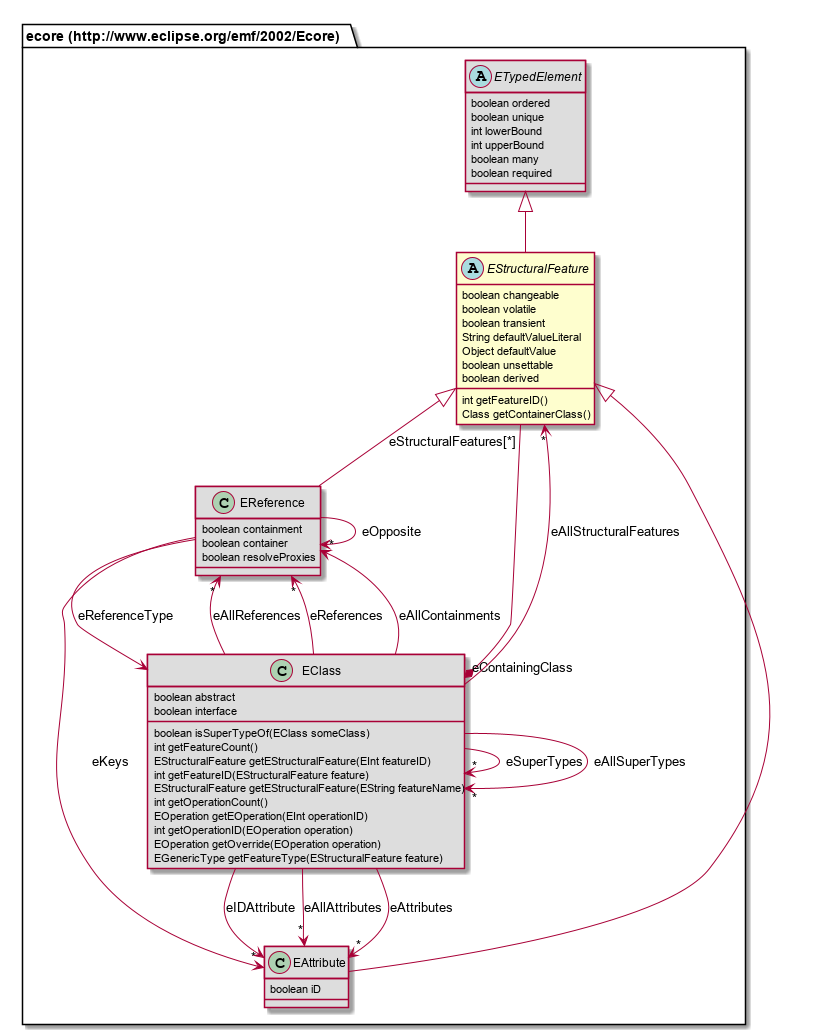
Above: repository/src/site/resources/model-doc/687474703a2f2f7777772e65636c697073652e6f72672f656d662f323030322f45636f7265/EStructuralFeature.png in Nasdanika/html (PlantUML), before the change.
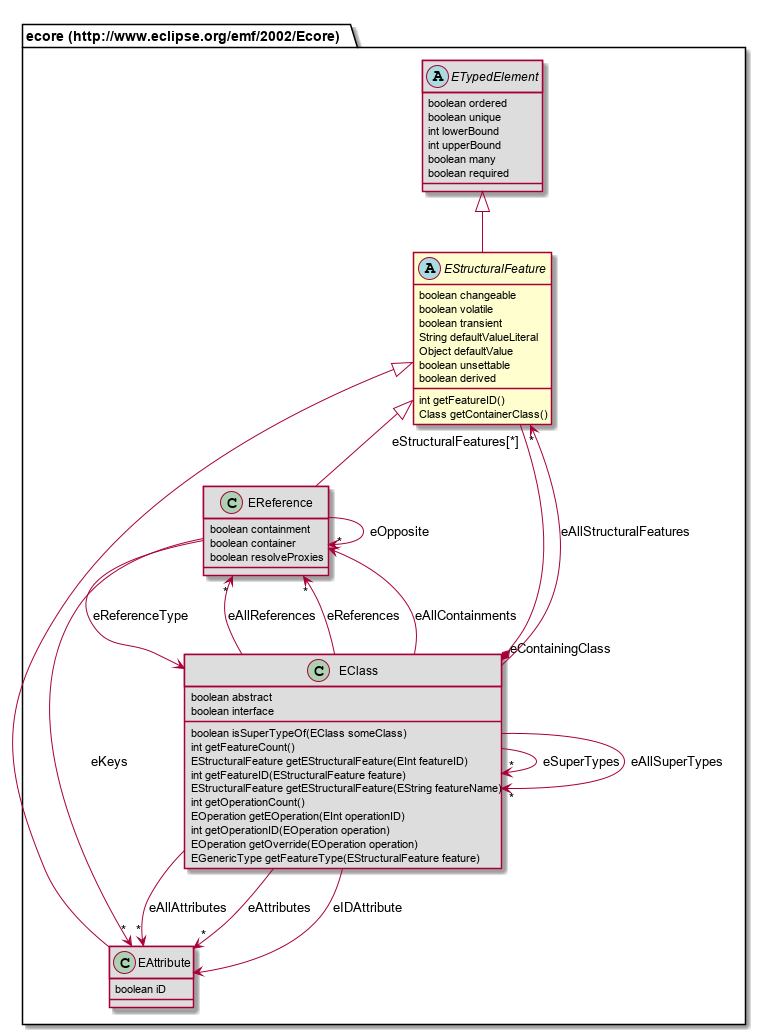
After the change.

Change to the diagram source:
```diff
@@ -18,13 +18,13 @@
 	boolean many
 	boolean required
 }
+class "ecore (http://www.eclipse.org/emf/2002/Ecore).EAttribute" [[#router/doc-content/687474703a2f2f7777772e65636c697073652e6f72672f656d662f323030322f45636f7265/EAttribute.html]] #DDDDDD {
+	boolean iD
+}
 class "ecore (http://www.eclipse.org/emf/2002/Ecore).EReference" [[#router/doc-content/687474703a2f2f7777772e65636c697073652e6f72672f656d662f323030322f45636f7265/EReference.html]] #DDDDDD {
 	boolean containment
 	boolean container
 	boolean resolveProxies
-}
-class "ecore (http://www.eclipse.org/emf/2002/Ecore).EAttribute" [[#router/doc-content/687474703a2f2f7777772e65636c697073652e6f72672f656d662f323030322f45636f7265/EAttribute.html]] #DDDDDD {
-	boolean iD
 }
 class "ecore (http://www.eclipse.org/emf/2002/Ecore).EClass" [[#router/doc-content/687474703a2f2f7777772e65636c697073652e6f72672f656d662f323030322f45636f7265/EClass.html]] #DDDDDD {
 	boolean abstract
@@ -40,13 +40,13 @@
 	EOperation getOverride(EOperation operation)
 	EGenericType getFeatureType(EStructuralFeature feature)
 }
-"ecore (http://www.eclipse.org/emf/2002/Ecore).EStructuralFeature" <|-- "ecore (http://www.eclipse.org/emf/2002/Ecore).EReference"
 "ecore (http://www.eclipse.org/emf/2002/Ecore).ETypedElement" <|-- "ecore (http://www.eclipse.org/emf/2002/Ecore).EStructuralFeature"
 "ecore (http://www.eclipse.org/emf/2002/Ecore).EStructuralFeature" <|-- "ecore (http://www.eclipse.org/emf/2002/Ecore).EAttribute"
+"ecore (http://www.eclipse.org/emf/2002/Ecore).EStructuralFeature" <|-- "ecore (http://www.eclipse.org/emf/2002/Ecore).EReference"
+"ecore (http://www.eclipse.org/emf/2002/Ecore).EStructuralFeature" "eStructuralFeatures[*]" --* "eContainingClass" "ecore (http://www.eclipse.org/emf/2002/Ecore).EClass"
 "ecore (http://www.eclipse.org/emf/2002/Ecore).EReference" --> "ecore (http://www.eclipse.org/emf/2002/Ecore).EReference" : eOpposite
 "ecore (http://www.eclipse.org/emf/2002/Ecore).EReference" --> "ecore (http://www.eclipse.org/emf/2002/Ecore).EClass" : eReferenceType
 "ecore (http://www.eclipse.org/emf/2002/Ecore).EReference" --> "*" "ecore (http://www.eclipse.org/emf/2002/Ecore).EAttribute" : eKeys
-"ecore (http://www.eclipse.org/emf/2002/Ecore).EStructuralFeature" "eStructuralFeatures[*]" --* "eContainingClass" "ecore (http://www.eclipse.org/emf/2002/Ecore).EClass"
 "ecore (http://www.eclipse.org/emf/2002/Ecore).EClass" --> "*" "ecore (http://www.eclipse.org/emf/2002/Ecore).EClass" : eSuperTypes
 "ecore (http://www.eclipse.org/emf/2002/Ecore).EClass" --> "*" "ecore (http://www.eclipse.org/emf/2002/Ecore).EAttribute" : eAllAttributes
 "ecore (http://www.eclipse.org/emf/2002/Ecore).EClass" --> "*" "ecore (http://www.eclipse.org/emf/2002/Ecore).EReference" : eAllReferences
```
